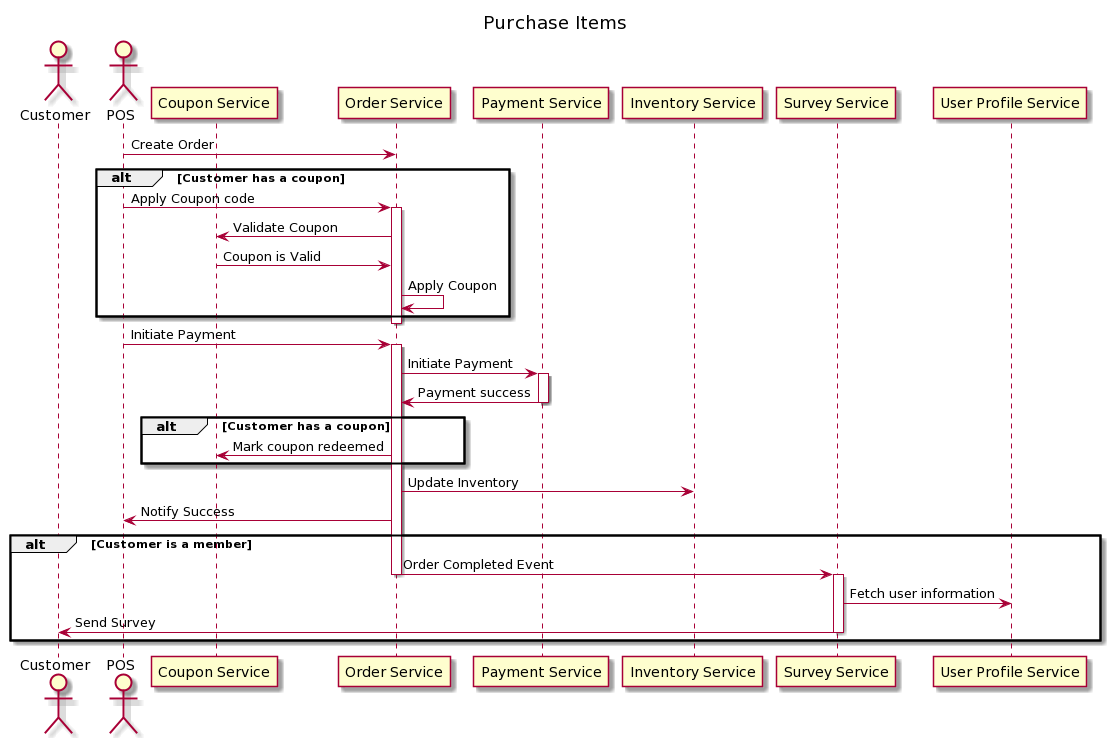
This is SequenceDiagrams/PurchaseItemsAndSendSurvey_SequenceDiagram.png from icedhacker/architecture-katas, a PlantUML export, as it was before one commit.
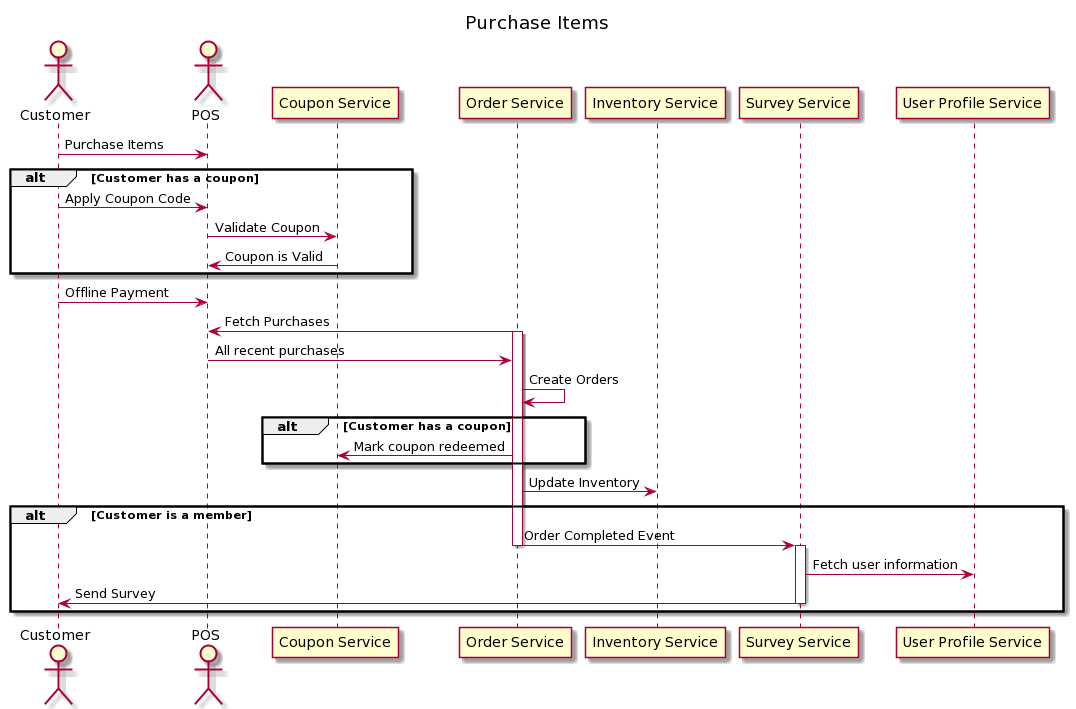
Above is the later version.

Change to the diagram source:
```diff
@@ -5,34 +5,29 @@
 
 participant "Coupon Service" as Co
 participant "Order Service" as O
-participant "Payment Service" as P
 participant "Inventory Service" as I
 participant "Survey Service" as S
 participant "User Profile Service" as U
 
-POS -> O: Create Order
+Cu -> POS: Purchase Items
 alt Customer has a coupon
- POS -> O: Apply Coupon code
- activate O
-  O -> Co: Validate Coupon
-  Co -> O: Coupon is Valid
-  O -> O: Apply Coupon
+  Cu -> POS: Apply Coupon Code
+  POS -> Co: Validate Coupon
+  Co -> POS: Coupon is Valid
 end
-deactivate O
+Cu -> POS: Offline Payment
 
-POS -> O: Initiate Payment
+O -> POS: Fetch Purchases
 activate O
- O -> P: Initiate Payment
- activate P
-  P -> O: Payment success
- deactivate P
- alt Customer has a coupon
+POS -> O: All recent purchases
+O -> O: Create Orders
+alt Customer has a coupon
   O -> Co: Mark coupon redeemed
- end
+end
  O -> I: Update Inventory
- O -> POS: Notify Success
- alt Customer is a member
-  O -> S: Order Completed Event
+
+alt Customer is a member
+ O -> S: Order Completed Event
 deactivate O
   activate S
    S -> U: Fetch user information
```
